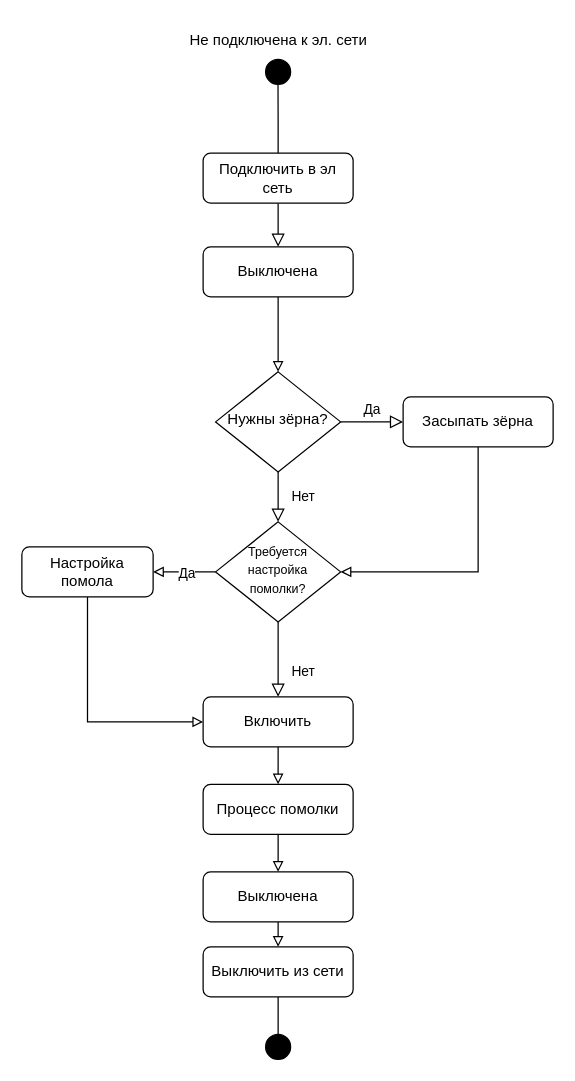
Above: CoffeePulveriser2.drawio in H0p1ty/data_bases (draw.io), before the change. Source tidied: cells renumbered, new cells numbered last; positions are measured from the earlier drawing's top-left corner, leaving out a move shared by most shapes. Both pictures are drawn from the tidied source at 125%, with x=0, y=0 at pixel (21, 21).
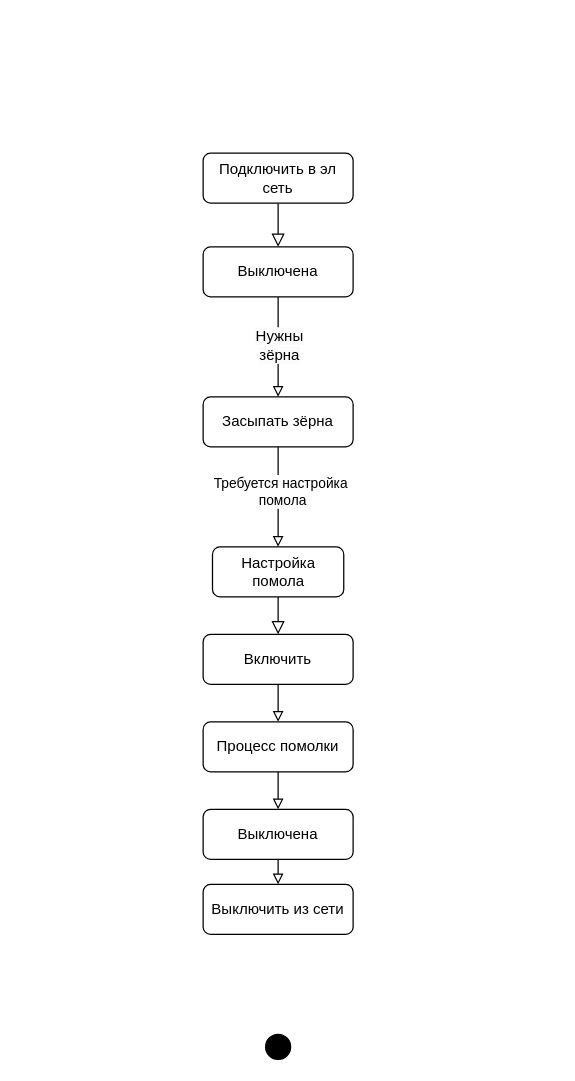
The same diagram, later.

Unchanged cells that the change refers to:
```xml
<mxCell id="4" value="Подключить в эл сеть" style="rounded=1;whiteSpace=wrap;html=1;fontSize=12;glass=0;strokeWidth=1;shadow=0;" parent="1" vertex="1">
  <mxGeometry x="145" y="105" width="120" height="40" as="geometry" />
</mxCell>
<mxCell id="19" value="Выключена" style="rounded=1;whiteSpace=wrap;html=1;" parent="1" vertex="1">
  <mxGeometry x="145" y="180" width="120" height="40" as="geometry" />
</mxCell>
<mxCell id="28" style="ellipse;whiteSpace=wrap;html=1;strokeColor=#000000;fillColor=#000000;" parent="1" vertex="1">
  <mxGeometry x="195" y="810" width="20" height="20" as="geometry" />
</mxCell>
```

Change to the diagram source:
```diff
@@
-    <mxCell id="3" style="edgeStyle=orthogonalEdgeStyle;rounded=0;jettySize=auto;html=1;exitX=0.5;exitY=0;exitDx=0;exitDy=0;endArrow=none;endFill=0;" parent="1" edge="1" source="4">
-      <mxGeometry relative="1" as="geometry">
-        <mxPoint x="204.9" y="50" as="targetPoint" />
-      </mxGeometry>
-    </mxCell>
@@
-    <mxCell id="5" value="Нет" style="rounded=0;html=1;jettySize=auto;fontSize=11;endArrow=block;endFill=0;endSize=8;strokeWidth=1;shadow=0;labelBackgroundColor=none;edgeStyle=orthogonalEdgeStyle;" parent="1" edge="1" source="7" target="13">
-      <mxGeometry y="20" relative="1" as="geometry" />
-    </mxCell>
-    <mxCell id="6" value="Да" style="edgeStyle=orthogonalEdgeStyle;rounded=0;html=1;jettySize=auto;fontSize=11;endArrow=block;endFill=0;endSize=8;strokeWidth=1;shadow=0;labelBackgroundColor=none;" parent="1" edge="1" source="7" target="9">
-      <mxGeometry y="10" relative="1" as="geometry" />
-    </mxCell>
-    <mxCell id="7" value="Нужны зёрна?" style="rhombus;whiteSpace=wrap;html=1;shadow=0;fontFamily=Helvetica;fontSize=12;align=center;strokeWidth=1;spacing=6;spacingTop=-4;" parent="1" vertex="1">
-      <mxGeometry x="155" y="280" width="100" height="80" as="geometry" />
-    </mxCell>
-    <mxCell id="8" style="edgeStyle=orthogonalEdgeStyle;rounded=0;jettySize=auto;html=1;entryX=1;entryY=0.5;entryDx=0;entryDy=0;endArrow=block;endFill=0;" parent="1" edge="1" source="9" target="13">
-      <mxGeometry relative="1" as="geometry">
-        <Array as="points">
-          <mxPoint x="365" y="440" />
-        </Array>
-      </mxGeometry>
-    </mxCell>
+    <mxCell id="29" style="edgeStyle=orthogonalEdgeStyle;rounded=0;jettySize=auto;html=1;entryX=0.5;entryY=0;entryDx=0;entryDy=0;endArrow=block;endFill=0;" parent="1" edge="1" source="9" target="21">
+      <mxGeometry relative="1" as="geometry" />
+    </mxCell>
+    <mxCell id="30" value="Требуется настройка&lt;div&gt;&amp;nbsp;помола&lt;/div&gt;" style="edgeLabel;html=1;align=center;verticalAlign=middle;" parent="29" vertex="1">
+      <mxGeometry x="-0.12" y="1" relative="1" as="geometry" />
+    </mxCell>
     <mxCell id="9" value="Засыпать зёрна" style="rounded=1;whiteSpace=wrap;html=1;fontSize=12;glass=0;strokeWidth=1;shadow=0;" parent="1" vertex="1">
-      <mxGeometry x="305" y="300" width="120" height="40" as="geometry" />
+      <mxGeometry x="145" y="300" width="120" height="40" as="geometry" />
     </mxCell>
-    <mxCell id="10" value="Нет" style="rounded=0;html=1;jettySize=auto;fontSize=11;endArrow=block;endFill=0;endSize=8;strokeWidth=1;shadow=0;labelBackgroundColor=none;edgeStyle=orthogonalEdgeStyle;" parent="1" edge="1" source="13" target="15">
+    <mxCell id="10" style="rounded=0;html=1;jettySize=auto;fontSize=11;endArrow=block;endFill=0;endSize=8;strokeWidth=1;shadow=0;labelBackgroundColor=none;edgeStyle=orthogonalEdgeStyle;exitX=0.5;exitY=1;exitDx=0;exitDy=0;" parent="1" edge="1" source="21" target="15">
       <mxGeometry x="0.33" y="20" relative="1" as="geometry" />
     </mxCell>
-    <mxCell id="11" style="edgeStyle=orthogonalEdgeStyle;rounded=0;jettySize=auto;html=1;endArrow=block;endFill=0;" parent="1" edge="1" source="13">
-      <mxGeometry relative="1" as="geometry">
-        <mxPoint x="105" y="440" as="targetPoint" />
-      </mxGeometry>
-    </mxCell>
-    <mxCell id="12" value="Да" style="edgeLabel;html=1;align=center;verticalAlign=middle;" parent="11" vertex="1">
-      <mxGeometry x="-0.03" relative="1" as="geometry" />
-    </mxCell>
-    <mxCell id="13" value="&lt;font style=&quot;font-size: 10px;&quot;&gt;Требуется настройка помолки?&lt;/font&gt;" style="rhombus;whiteSpace=wrap;html=1;shadow=0;fontFamily=Helvetica;fontSize=12;align=center;strokeWidth=1;spacing=6;spacingTop=-4;" parent="1" vertex="1">
-      <mxGeometry x="155" y="400" width="100" height="80" as="geometry" />
-    </mxCell>
     <mxCell id="14" style="edgeStyle=orthogonalEdgeStyle;rounded=0;jettySize=auto;html=1;endArrow=block;endFill=0;" parent="1" edge="1" source="15">
       <mxGeometry relative="1" as="geometry">
-        <mxPoint x="205" y="610" as="targetPoint" />
+        <mxPoint x="205" y="560" as="targetPoint" />
       </mxGeometry>
     </mxCell>
     <mxCell id="15" value="Включить" style="rounded=1;whiteSpace=wrap;html=1;fontSize=12;glass=0;strokeWidth=1;shadow=0;" parent="1" vertex="1">
-      <mxGeometry x="145" y="540" width="120" height="40" as="geometry" />
+      <mxGeometry x="145" y="490" width="120" height="40" as="geometry" />
     </mxCell>
-    <mxCell id="16" style="ellipse;whiteSpace=wrap;html=1;fillColor=#000000;" parent="1" vertex="1">
-      <mxGeometry x="195" y="30" width="20" height="20" as="geometry" />
-    </mxCell>
-    <mxCell id="17" value="Не подключена к эл. сети" style="text;html=1;align=center;verticalAlign=middle;strokeColor=none;fillColor=none;" parent="1" vertex="1">
-      <mxGeometry x="120" width="170" height="30" as="geometry" />
-    </mxCell>
-    <mxCell id="18" style="edgeStyle=orthogonalEdgeStyle;rounded=0;jettySize=auto;html=1;exitX=0.5;exitY=1;exitDx=0;exitDy=0;entryX=0.5;entryY=0;entryDx=0;entryDy=0;endArrow=block;endFill=0;" parent="1" edge="1" source="19" target="7">
+    <mxCell id="18" style="edgeStyle=orthogonalEdgeStyle;rounded=0;jettySize=auto;html=1;exitX=0.5;exitY=1;exitDx=0;exitDy=0;endArrow=block;endFill=0;entryX=0.5;entryY=0;entryDx=0;entryDy=0;" parent="1" edge="1" source="19" target="9">
       <mxGeometry relative="1" as="geometry" />
     </mxCell>
+    <mxCell id="31" value="&lt;span style=&quot;font-size: 12px; text-wrap: wrap; background-color: rgb(251, 251, 251);&quot;&gt;Нужны зёрна&lt;/span&gt;" style="edgeLabel;html=1;align=center;verticalAlign=middle;" parent="18" vertex="1">
+      <mxGeometry x="-0.06" relative="1" as="geometry" />
+    </mxCell>
@@
-    <mxCell id="20" style="edgeStyle=orthogonalEdgeStyle;rounded=0;jettySize=auto;html=1;entryX=0;entryY=0.5;entryDx=0;entryDy=0;endArrow=block;endFill=0;" parent="1" edge="1" source="21" target="15">
-      <mxGeometry relative="1" as="geometry">
-        <Array as="points">
-          <mxPoint x="52" y="560" />
-        </Array>
-      </mxGeometry>
-    </mxCell>
     <mxCell id="21" value="Настройка помола" style="rounded=1;whiteSpace=wrap;html=1;" parent="1" vertex="1">
-      <mxGeometry y="420" width="105" height="40" as="geometry" />
+      <mxGeometry x="152.5" y="420" width="105" height="40" as="geometry" />
     </mxCell>
@@
     <mxCell id="23" value="Процесс помолки" style="rounded=1;whiteSpace=wrap;html=1;" parent="1" vertex="1">
-      <mxGeometry x="145" y="610" width="120" height="40" as="geometry" />
+      <mxGeometry x="145" y="560" width="120" height="40" as="geometry" />
     </mxCell>
     <mxCell id="24" style="edgeStyle=orthogonalEdgeStyle;rounded=0;jettySize=auto;html=1;endArrow=block;endFill=0;" parent="1" edge="1" source="25">
       <mxGeometry relative="1" as="geometry">
-        <mxPoint x="205" y="740" as="targetPoint" />
+        <mxPoint x="205" y="690" as="targetPoint" />
       </mxGeometry>
     </mxCell>
     <mxCell id="25" value="Выключена" style="rounded=1;whiteSpace=wrap;html=1;" parent="1" vertex="1">
-      <mxGeometry x="145" y="680" width="120" height="40" as="geometry" />
+      <mxGeometry x="145" y="630" width="120" height="40" as="geometry" />
     </mxCell>
-    <mxCell id="26" style="edgeStyle=orthogonalEdgeStyle;rounded=0;jettySize=auto;html=1;entryX=0.5;entryY=0;entryDx=0;entryDy=0;endArrow=none;endFill=0;" parent="1" edge="1" source="27" target="28">
-      <mxGeometry relative="1" as="geometry" />
-    </mxCell>
     <mxCell id="27" value="Выключить из сети" style="rounded=1;whiteSpace=wrap;html=1;" parent="1" vertex="1">
-      <mxGeometry x="145" y="740" width="120" height="40" as="geometry" />
+      <mxGeometry x="145" y="690" width="120" height="40" as="geometry" />
     </mxCell>
```
